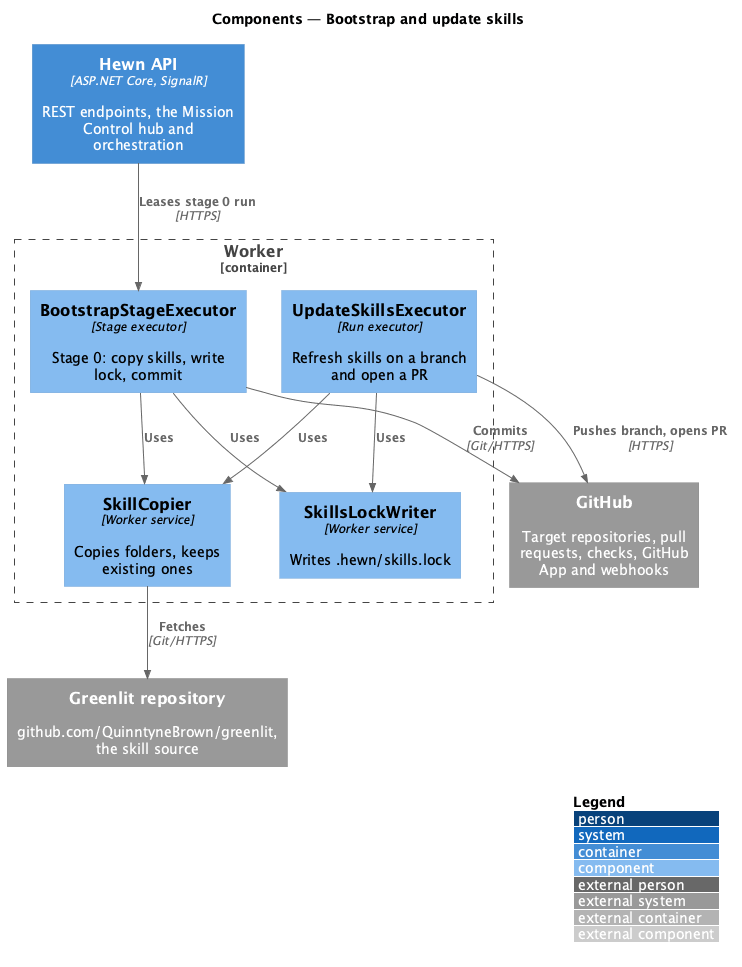
This is docs/detailed-designs/stages/bootstrap-skills/diagrams/c4-component.png from QuinntyneBrown/hewn, a PlantUML export, as it was before one commit. The source it was exported from:
```plantuml
@startuml
!include <C4/C4_Component>
LAYOUT_WITH_LEGEND()
title Components — Bootstrap and update skills

Container(api, "Hewn API", "ASP.NET Core, SignalR", "REST endpoints, the Mission Control hub and orchestration")
Container_Boundary(worker_b, "Worker") {
  Component(boot, "BootstrapStageExecutor", "Stage executor", "Stage 0: copy skills, write lock, commit")
  Component(upd, "UpdateSkillsExecutor", "Run executor", "Refresh skills on a branch and open a PR")
  Component(copier, "SkillCopier", "Worker service", "Copies folders, keeps existing ones")
  Component(lock, "SkillsLockWriter", "Worker service", "Writes .hewn/skills.lock")
}
System_Ext(greenlit, "Greenlit repository", "github.com/QuinntyneBrown/greenlit, the skill source")
System_Ext(github, "GitHub", "Target repositories, pull requests, checks, GitHub App and webhooks")

Rel(api, boot, "Leases stage 0 run", "HTTPS")
Rel(boot, copier, "Uses")
Rel(boot, lock, "Uses")
Rel(upd, copier, "Uses")
Rel(upd, lock, "Uses")
Rel(copier, greenlit, "Fetches", "Git/HTTPS")
Rel(boot, github, "Commits", "Git/HTTPS")
Rel(upd, github, "Pushes branch, opens PR", "HTTPS")
@enduml
```
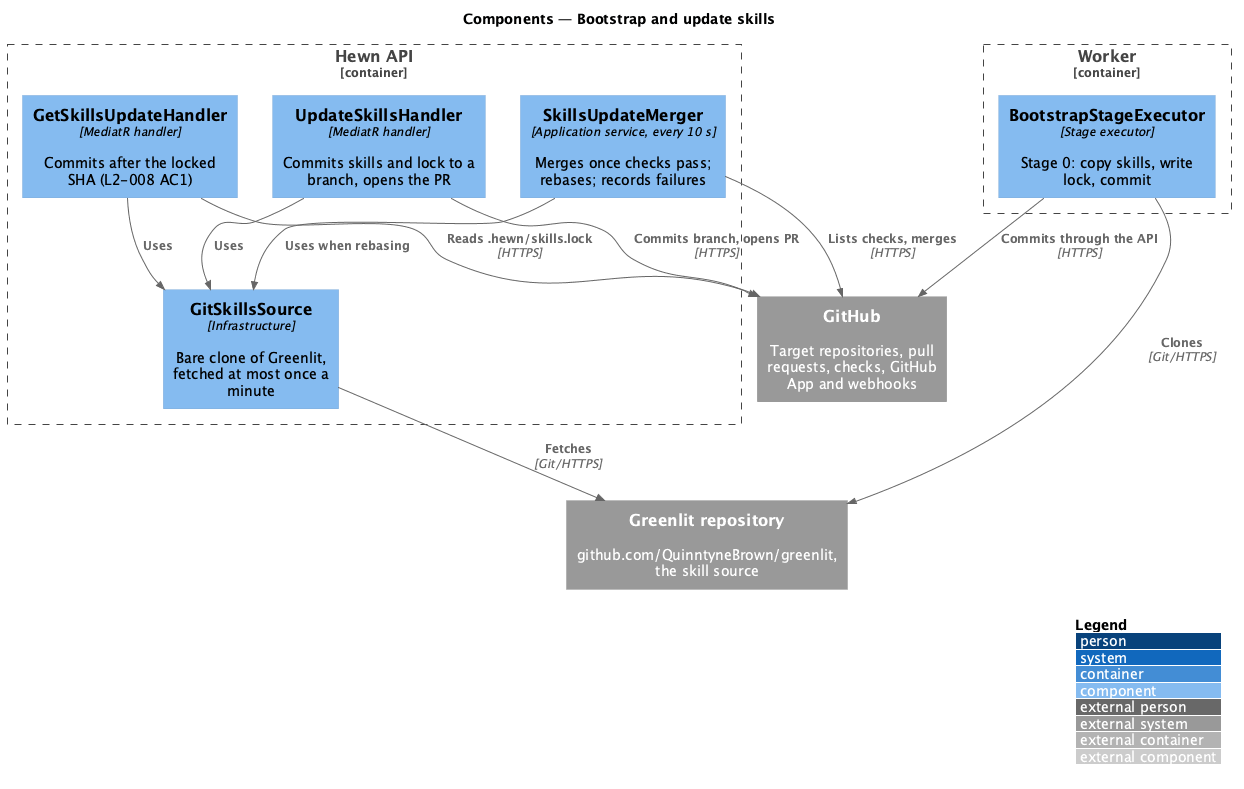
Later version of the same file.

Diff of the diagram source:
```diff
@@ -3,22 +3,25 @@
 LAYOUT_WITH_LEGEND()
 title Components — Bootstrap and update skills
 
-Container(api, "Hewn API", "ASP.NET Core, SignalR", "REST endpoints, the Mission Control hub and orchestration")
+Container_Boundary(api_b, "Hewn API") {
+  Component(get, "GetSkillsUpdateHandler", "MediatR handler", "Commits after the locked SHA (L2-008 AC1)")
+  Component(upd, "UpdateSkillsHandler", "MediatR handler", "Commits skills and lock to a branch, opens the PR")
+  Component(merge, "SkillsUpdateMerger", "Application service, every 10 s", "Merges once checks pass; rebases; records failures")
+  Component(src, "GitSkillsSource", "Infrastructure", "Bare clone of Greenlit, fetched at most once a minute")
+}
 Container_Boundary(worker_b, "Worker") {
   Component(boot, "BootstrapStageExecutor", "Stage executor", "Stage 0: copy skills, write lock, commit")
-  Component(upd, "UpdateSkillsExecutor", "Run executor", "Refresh skills on a branch and open a PR")
-  Component(copier, "SkillCopier", "Worker service", "Copies folders, keeps existing ones")
-  Component(lock, "SkillsLockWriter", "Worker service", "Writes .hewn/skills.lock")
 }
 System_Ext(greenlit, "Greenlit repository", "github.com/QuinntyneBrown/greenlit, the skill source")
 System_Ext(github, "GitHub", "Target repositories, pull requests, checks, GitHub App and webhooks")
 
-Rel(api, boot, "Leases stage 0 run", "HTTPS")
-Rel(boot, copier, "Uses")
-Rel(boot, lock, "Uses")
-Rel(upd, copier, "Uses")
-Rel(upd, lock, "Uses")
-Rel(copier, greenlit, "Fetches", "Git/HTTPS")
-Rel(boot, github, "Commits", "Git/HTTPS")
-Rel(upd, github, "Pushes branch, opens PR", "HTTPS")
+Rel(boot, greenlit, "Clones", "Git/HTTPS")
+Rel(boot, github, "Commits through the API", "HTTPS")
+Rel(get, src, "Uses")
+Rel(upd, src, "Uses")
+Rel(merge, src, "Uses when rebasing")
+Rel(src, greenlit, "Fetches", "Git/HTTPS")
+Rel(get, github, "Reads .hewn/skills.lock", "HTTPS")
+Rel(upd, github, "Commits branch, opens PR", "HTTPS")
+Rel(merge, github, "Lists checks, merges", "HTTPS")
 @enduml
```
